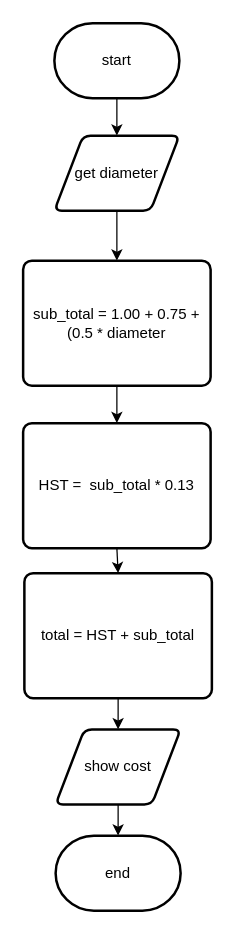
This is flow.drawio from devin-jhu/ICS3U-Unit2-04-Python, a draw.io file, before an edit. Source tidied: cells renumbered, new cells numbered last; positions are measured from the earlier drawing's top-left corner, leaving out a move shared by most shapes. Both pictures are drawn from the tidied source at 125%, with x=0, y=0 at pixel (22, 22).
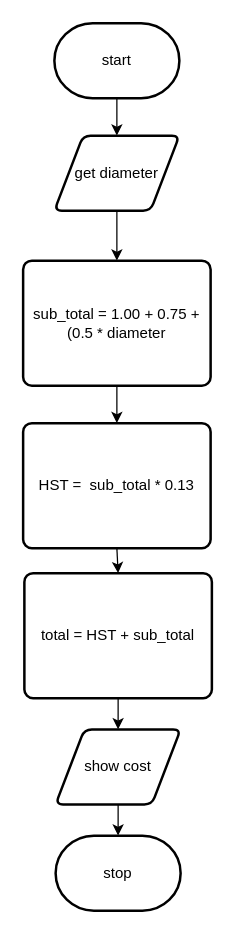
Above is the later version.

Diff of the diagram source:
```diff
@@
 <mxGraphModel>
   <root>
     <mxCell id="0" />
     <mxCell id="1" parent="0" />
     <mxCell id="2" style="edgeStyle=none;html=1;exitX=0.5;exitY=1;exitDx=0;exitDy=0;exitPerimeter=0;entryX=0.5;entryY=0;entryDx=0;entryDy=0;" parent="1" edge="1" source="3" target="5">
       <mxGeometry relative="1" as="geometry" />
     </mxCell>
     <mxCell id="3" value="start" style="strokeWidth=2;html=1;shape=mxgraph.flowchart.terminator;whiteSpace=wrap;" parent="1" vertex="1">
       <mxGeometry x="25" width="100" height="60" as="geometry" />
     </mxCell>
     <mxCell id="4" style="edgeStyle=none;html=1;exitX=0.5;exitY=1;exitDx=0;exitDy=0;entryX=0.5;entryY=0;entryDx=0;entryDy=0;" parent="1" edge="1" source="5" target="7">
       <mxGeometry relative="1" as="geometry" />
     </mxCell>
     <mxCell id="5" value="get diameter" style="shape=parallelogram;html=1;strokeWidth=2;perimeter=parallelogramPerimeter;whiteSpace=wrap;rounded=1;arcSize=12;size=0.23;" parent="1" vertex="1">
       <mxGeometry x="25" y="90" width="100" height="60" as="geometry" />
     </mxCell>
     <mxCell id="6" style="edgeStyle=none;html=1;exitX=0.5;exitY=1;exitDx=0;exitDy=0;entryX=0.5;entryY=0;entryDx=0;entryDy=0;" parent="1" edge="1" source="7" target="12">
       <mxGeometry relative="1" as="geometry" />
     </mxCell>
     <mxCell id="7" value="sub_total = 1.00 + 0.75 + (0.5 * diameter" style="rounded=1;whiteSpace=wrap;html=1;absoluteArcSize=1;arcSize=14;strokeWidth=2;" parent="1" vertex="1">
       <mxGeometry y="190" width="150" height="100" as="geometry" />
     </mxCell>
     <mxCell id="8" style="edgeStyle=none;html=1;exitX=0.5;exitY=1;exitDx=0;exitDy=0;entryX=0.5;entryY=0;entryDx=0;entryDy=0;entryPerimeter=0;" parent="1" edge="1" source="9" target="10">
       <mxGeometry relative="1" as="geometry" />
     </mxCell>
     <mxCell id="9" value="show cost" style="shape=parallelogram;html=1;strokeWidth=2;perimeter=parallelogramPerimeter;whiteSpace=wrap;rounded=1;arcSize=12;size=0.23;" parent="1" vertex="1">
       <mxGeometry x="26" y="565" width="100" height="60" as="geometry" />
     </mxCell>
-    <mxCell id="10" value="end" style="strokeWidth=2;html=1;shape=mxgraph.flowchart.terminator;whiteSpace=wrap;" parent="1" vertex="1">
+    <mxCell id="10" value="stop" style="strokeWidth=2;html=1;shape=mxgraph.flowchart.terminator;whiteSpace=wrap;" parent="1" vertex="1">
       <mxGeometry x="26" y="650" width="100" height="60" as="geometry" />
     </mxCell>
     <mxCell id="11" style="edgeStyle=none;html=1;exitX=0.5;exitY=1;exitDx=0;exitDy=0;entryX=0.5;entryY=0;entryDx=0;entryDy=0;" parent="1" edge="1" source="12" target="14">
       <mxGeometry relative="1" as="geometry" />
     </mxCell>
     <mxCell id="12" value="HST =&amp;nbsp; sub_total * 0.13" style="rounded=1;whiteSpace=wrap;html=1;absoluteArcSize=1;arcSize=14;strokeWidth=2;" parent="1" vertex="1">
       <mxGeometry y="320" width="150" height="100" as="geometry" />
     </mxCell>
     <mxCell id="13" style="edgeStyle=none;html=1;exitX=0.5;exitY=1;exitDx=0;exitDy=0;entryX=0.5;entryY=0;entryDx=0;entryDy=0;" parent="1" edge="1" source="14" target="9">
       <mxGeometry relative="1" as="geometry" />
     </mxCell>
     <mxCell id="14" value="total = HST + sub_total" style="rounded=1;whiteSpace=wrap;html=1;absoluteArcSize=1;arcSize=14;strokeWidth=2;" parent="1" vertex="1">
       <mxGeometry x="1" y="440" width="150" height="100" as="geometry" />
     </mxCell>
   </root>
 </mxGraphModel>
```
